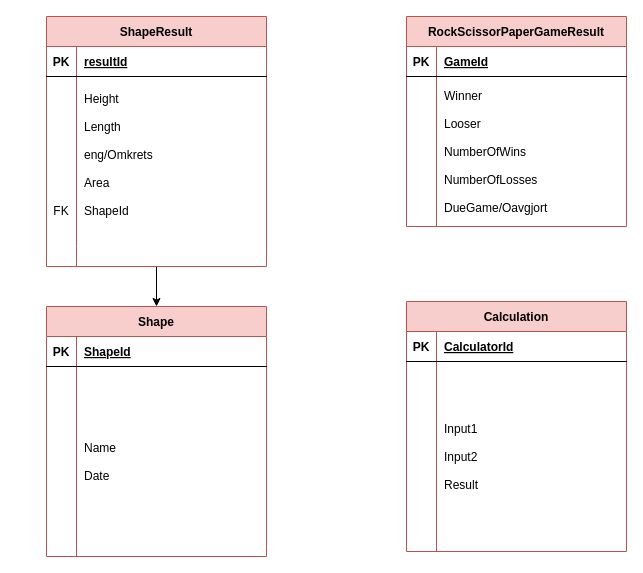
This is ProjectOneDiagram.drawio from Malinwtz/MalinsProjectVT23, a draw.io file, before an edit. Source tidied: cells renumbered, new cells numbered last; positions are measured from the earlier drawing's top-left corner, leaving out a move shared by most shapes. Both pictures are drawn from the tidied source at 100%, with x=0, y=0 at pixel (46, 16).
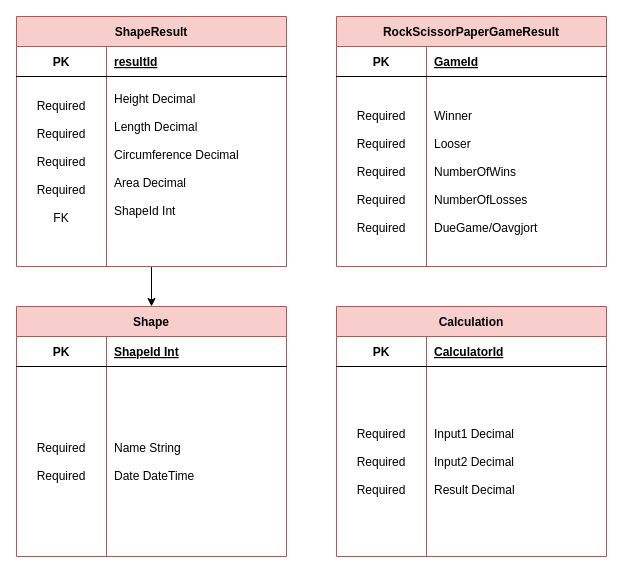
The same diagram, later.

Commit message (it also covers changes not shown here):
#15 Modified properties in data classes and ER diagram

Change to the diagram source:
```diff
@@
     <mxCell id="3" value="ShapeResult" style="shape=table;startSize=30;childLayout=tableLayout;rowLines=0;fontStyle=1;align=center;fillColor=#f8cecc;strokeColor=#b85450;" parent="1" vertex="1">
-      <mxGeometry width="220" height="250" as="geometry" />
+      <mxGeometry x="-30" width="270" height="250" as="geometry" />
     </mxCell>
     <mxCell id="4" style="shape=tableRow;horizontal=0;startSize=0;swimlaneHead=0;swimlaneBody=0;fillColor=none;top=0;left=0;right=0;bottom=1;" parent="3" vertex="1">
-      <mxGeometry y="30" width="220" height="30" as="geometry" />
+      <mxGeometry y="30" width="270" height="30" as="geometry" />
     </mxCell>
     <mxCell id="5" value="PK" style="shape=partialRectangle;fillColor=none;top=0;left=0;bottom=0;right=0;fontStyle=1;overflow=hidden;" parent="4" vertex="1">
-      <mxGeometry width="30" height="30" as="geometry" />
+      <mxGeometry width="90" height="30" as="geometry" />
     </mxCell>
     <mxCell id="6" value="resultId" style="shape=partialRectangle;fillColor=none;top=0;left=0;bottom=0;right=0;align=left;spacingLeft=6;fontStyle=5;overflow=hidden;" parent="4" vertex="1">
-      <mxGeometry x="30" width="190" height="30" as="geometry" />
+      <mxGeometry x="90" width="180" height="30" as="geometry" />
     </mxCell>
     <mxCell id="7" style="shape=tableRow;horizontal=0;startSize=0;swimlaneHead=0;swimlaneBody=0;fillColor=none;top=0;left=0;right=0;bottom=0;" parent="3" vertex="1">
-      <mxGeometry y="60" width="220" height="170" as="geometry" />
+      <mxGeometry y="60" width="270" height="170" as="geometry" />
     </mxCell>
-    <mxCell id="8" value="&#10;&#10;&#10;&#10;&#10;&#10;&#10;FK" style="shape=partialRectangle;fillColor=none;top=0;left=0;bottom=0;right=0;overflow=hidden;" parent="7" vertex="1">
-      <mxGeometry width="30" height="170" as="geometry" />
+    <mxCell id="8" value="Required&#10;&#10;Required&#10;&#10;Required&#10;&#10;Required&#10;&#10;FK" style="shape=partialRectangle;fillColor=none;top=0;left=0;bottom=0;right=0;overflow=hidden;" parent="7" vertex="1">
+      <mxGeometry width="90" height="170" as="geometry" />
     </mxCell>
-    <mxCell id="9" value="Height&#10;&#10;Length&#10;&#10;eng/Omkrets&#10;&#10;Area&#10;&#10;ShapeId&#10;" style="shape=partialRectangle;fillColor=none;top=0;left=0;bottom=0;right=0;align=left;spacingLeft=6;overflow=hidden;" parent="7" vertex="1">
-      <mxGeometry x="30" width="190" height="170" as="geometry" />
+    <mxCell id="9" value="Height Decimal&#10;&#10;Length Decimal&#10;&#10;Circumference Decimal&#10;&#10;Area Decimal&#10;&#10;ShapeId Int&#10;" style="shape=partialRectangle;fillColor=none;top=0;left=0;bottom=0;right=0;align=left;spacingLeft=6;overflow=hidden;" parent="7" vertex="1">
+      <mxGeometry x="90" width="180" height="170" as="geometry" />
     </mxCell>
     <mxCell id="10" style="shape=tableRow;horizontal=0;startSize=0;swimlaneHead=0;swimlaneBody=0;fillColor=none;top=0;left=0;right=0;bottom=0;" parent="3" vertex="1">
-      <mxGeometry y="230" width="220" height="20" as="geometry" />
+      <mxGeometry y="230" width="270" height="20" as="geometry" />
     </mxCell>
     <mxCell id="11" style="shape=partialRectangle;fillColor=none;top=0;left=0;bottom=0;right=0;overflow=hidden;" parent="10" vertex="1">
-      <mxGeometry width="30" height="20" as="geometry" />
+      <mxGeometry width="90" height="20" as="geometry" />
     </mxCell>
     <mxCell id="12" style="shape=partialRectangle;fillColor=none;top=0;left=0;bottom=0;right=0;align=left;spacingLeft=6;overflow=hidden;" parent="10" vertex="1">
-      <mxGeometry x="30" width="190" height="20" as="geometry" />
+      <mxGeometry x="90" width="180" height="20" as="geometry" />
     </mxCell>
     <mxCell id="13" value="Shape" style="shape=table;startSize=30;childLayout=tableLayout;rowLines=0;fontStyle=1;align=center;fillColor=#f8cecc;strokeColor=#b85450;" parent="1" vertex="1">
-      <mxGeometry y="290" width="220" height="250" as="geometry" />
+      <mxGeometry x="-30" y="290" width="270" height="250" as="geometry" />
     </mxCell>
     <mxCell id="14" style="shape=tableRow;horizontal=0;startSize=0;swimlaneHead=0;swimlaneBody=0;fillColor=none;top=0;left=0;right=0;bottom=1;" parent="13" vertex="1">
-      <mxGeometry y="30" width="220" height="30" as="geometry" />
+      <mxGeometry y="30" width="270" height="30" as="geometry" />
     </mxCell>
     <mxCell id="15" value="PK" style="shape=partialRectangle;fillColor=none;top=0;left=0;bottom=0;right=0;fontStyle=1;overflow=hidden;" parent="14" vertex="1">
-      <mxGeometry width="30" height="30" as="geometry" />
+      <mxGeometry width="90" height="30" as="geometry" />
     </mxCell>
-    <mxCell id="16" value="ShapeId" style="shape=partialRectangle;fillColor=none;top=0;left=0;bottom=0;right=0;align=left;spacingLeft=6;fontStyle=5;overflow=hidden;" parent="14" vertex="1">
-      <mxGeometry x="30" width="190" height="30" as="geometry" />
+    <mxCell id="16" value="ShapeId Int" style="shape=partialRectangle;fillColor=none;top=0;left=0;bottom=0;right=0;align=left;spacingLeft=6;fontStyle=5;overflow=hidden;" parent="14" vertex="1">
+      <mxGeometry x="90" width="180" height="30" as="geometry" />
     </mxCell>
     <mxCell id="17" style="shape=tableRow;horizontal=0;startSize=0;swimlaneHead=0;swimlaneBody=0;fillColor=none;top=0;left=0;right=0;bottom=0;" parent="13" vertex="1">
-      <mxGeometry y="60" width="220" height="190" as="geometry" />
+      <mxGeometry y="60" width="270" height="190" as="geometry" />
     </mxCell>
-    <mxCell id="18" style="shape=partialRectangle;fillColor=none;top=0;left=0;bottom=0;right=0;overflow=hidden;" parent="17" vertex="1">
-      <mxGeometry width="30" height="190" as="geometry" />
+    <mxCell id="18" value="Required&#10; &#10;Required" style="shape=partialRectangle;fillColor=none;top=0;left=0;bottom=0;right=0;overflow=hidden;" parent="17" vertex="1">
+      <mxGeometry width="90" height="190" as="geometry" />
     </mxCell>
-    <mxCell id="19" value="Name&#10;&#10;Date" style="shape=partialRectangle;fillColor=none;top=0;left=0;bottom=0;right=0;align=left;spacingLeft=6;overflow=hidden;" parent="17" vertex="1">
-      <mxGeometry x="30" width="190" height="190" as="geometry" />
+    <mxCell id="19" value="Name String&#10;&#10;Date DateTime" style="shape=partialRectangle;fillColor=none;top=0;left=0;bottom=0;right=0;align=left;spacingLeft=6;overflow=hidden;" parent="17" vertex="1">
+      <mxGeometry x="90" width="180" height="190" as="geometry" />
     </mxCell>
@@
     <mxCell id="22" value="RockScissorPaperGameResult" style="shape=table;startSize=30;childLayout=tableLayout;rowLines=0;fontStyle=1;align=center;fillColor=#f8cecc;strokeColor=#b85450;" parent="1" vertex="1">
-      <mxGeometry x="360" width="220" height="210" as="geometry" />
+      <mxGeometry x="290" width="270" height="250" as="geometry" />
     </mxCell>
     <mxCell id="23" style="shape=tableRow;horizontal=0;startSize=0;swimlaneHead=0;swimlaneBody=0;fillColor=none;top=0;left=0;right=0;bottom=1;" parent="22" vertex="1">
-      <mxGeometry y="30" width="220" height="30" as="geometry" />
+      <mxGeometry y="30" width="270" height="30" as="geometry" />
     </mxCell>
     <mxCell id="24" value="PK" style="shape=partialRectangle;fillColor=none;top=0;left=0;bottom=0;right=0;fontStyle=1;overflow=hidden;" parent="23" vertex="1">
-      <mxGeometry width="30" height="30" as="geometry" />
+      <mxGeometry width="90" height="30" as="geometry" />
     </mxCell>
     <mxCell id="25" value="GameId" style="shape=partialRectangle;fillColor=none;top=0;left=0;bottom=0;right=0;align=left;spacingLeft=6;fontStyle=5;overflow=hidden;" parent="23" vertex="1">
-      <mxGeometry x="30" width="190" height="30" as="geometry" />
+      <mxGeometry x="90" width="180" height="30" as="geometry" />
     </mxCell>
     <mxCell id="26" style="shape=tableRow;horizontal=0;startSize=0;swimlaneHead=0;swimlaneBody=0;fillColor=none;top=0;left=0;right=0;bottom=0;" parent="22" vertex="1">
-      <mxGeometry y="60" width="220" height="150" as="geometry" />
+      <mxGeometry y="60" width="270" height="190" as="geometry" />
     </mxCell>
-    <mxCell id="27" style="shape=partialRectangle;fillColor=none;top=0;left=0;bottom=0;right=0;overflow=hidden;" parent="26" vertex="1">
-      <mxGeometry width="30" height="150" as="geometry" />
+    <mxCell id="27" value="Required&#10;&#10;Required&#10;&#10;Required&#10;&#10;Required&#10;&#10;Required" style="shape=partialRectangle;fillColor=none;top=0;left=0;bottom=0;right=0;overflow=hidden;" parent="26" vertex="1">
+      <mxGeometry width="90" height="190" as="geometry" />
     </mxCell>
     <mxCell id="28" value="Winner&#10;&#10;Looser&#10;&#10;NumberOfWins&#10;&#10;NumberOfLosses&#10;&#10;DueGame/Oavgjort" style="shape=partialRectangle;fillColor=none;top=0;left=0;bottom=0;right=0;align=left;spacingLeft=6;overflow=hidden;" parent="26" vertex="1">
-      <mxGeometry x="30" width="190" height="150" as="geometry" />
+      <mxGeometry x="90" width="180" height="190" as="geometry" />
     </mxCell>
     <mxCell id="29" value="Calculation" style="shape=table;startSize=30;childLayout=tableLayout;rowLines=0;fontStyle=1;align=center;fillColor=#f8cecc;strokeColor=#b85450;" parent="1" vertex="1">
-      <mxGeometry x="360" y="285" width="220" height="250" as="geometry" />
+      <mxGeometry x="290" y="290" width="270" height="250" as="geometry" />
     </mxCell>
     <mxCell id="30" style="shape=tableRow;horizontal=0;startSize=0;swimlaneHead=0;swimlaneBody=0;fillColor=none;top=0;left=0;right=0;bottom=1;" parent="29" vertex="1">
-      <mxGeometry y="30" width="220" height="30" as="geometry" />
+      <mxGeometry y="30" width="270" height="30" as="geometry" />
     </mxCell>
     <mxCell id="31" value="PK" style="shape=partialRectangle;fillColor=none;top=0;left=0;bottom=0;right=0;fontStyle=1;overflow=hidden;" parent="30" vertex="1">
-      <mxGeometry width="30" height="30" as="geometry" />
+      <mxGeometry width="90" height="30" as="geometry" />
     </mxCell>
     <mxCell id="32" value="CalculatorId" style="shape=partialRectangle;fillColor=none;top=0;left=0;bottom=0;right=0;align=left;spacingLeft=6;fontStyle=5;overflow=hidden;" parent="30" vertex="1">
-      <mxGeometry x="30" width="190" height="30" as="geometry" />
+      <mxGeometry x="90" width="180" height="30" as="geometry" />
     </mxCell>
     <mxCell id="33" style="shape=tableRow;horizontal=0;startSize=0;swimlaneHead=0;swimlaneBody=0;fillColor=none;top=0;left=0;right=0;bottom=0;" parent="29" vertex="1">
-      <mxGeometry y="60" width="220" height="190" as="geometry" />
+      <mxGeometry y="60" width="270" height="190" as="geometry" />
     </mxCell>
-    <mxCell id="34" style="shape=partialRectangle;fillColor=none;top=0;left=0;bottom=0;right=0;overflow=hidden;" parent="33" vertex="1">
-      <mxGeometry width="30" height="190" as="geometry" />
+    <mxCell id="34" value="Required&#10;&#10;Required&#10;&#10;Required" style="shape=partialRectangle;fillColor=none;top=0;left=0;bottom=0;right=0;overflow=hidden;" parent="33" vertex="1">
+      <mxGeometry width="90" height="190" as="geometry" />
     </mxCell>
-    <mxCell id="35" value="Input1&#10;&#10;Input2&#10;&#10;Result" style="shape=partialRectangle;fillColor=none;top=0;left=0;bottom=0;right=0;align=left;spacingLeft=6;overflow=hidden;" parent="33" vertex="1">
-      <mxGeometry x="30" width="190" height="190" as="geometry" />
+    <mxCell id="35" value="Input1 Decimal&#10;&#10;Input2 Decimal&#10;&#10;Result Decimal" style="shape=partialRectangle;fillColor=none;top=0;left=0;bottom=0;right=0;align=left;spacingLeft=6;overflow=hidden;" parent="33" vertex="1">
+      <mxGeometry x="90" width="180" height="190" as="geometry" />
     </mxCell>
```
